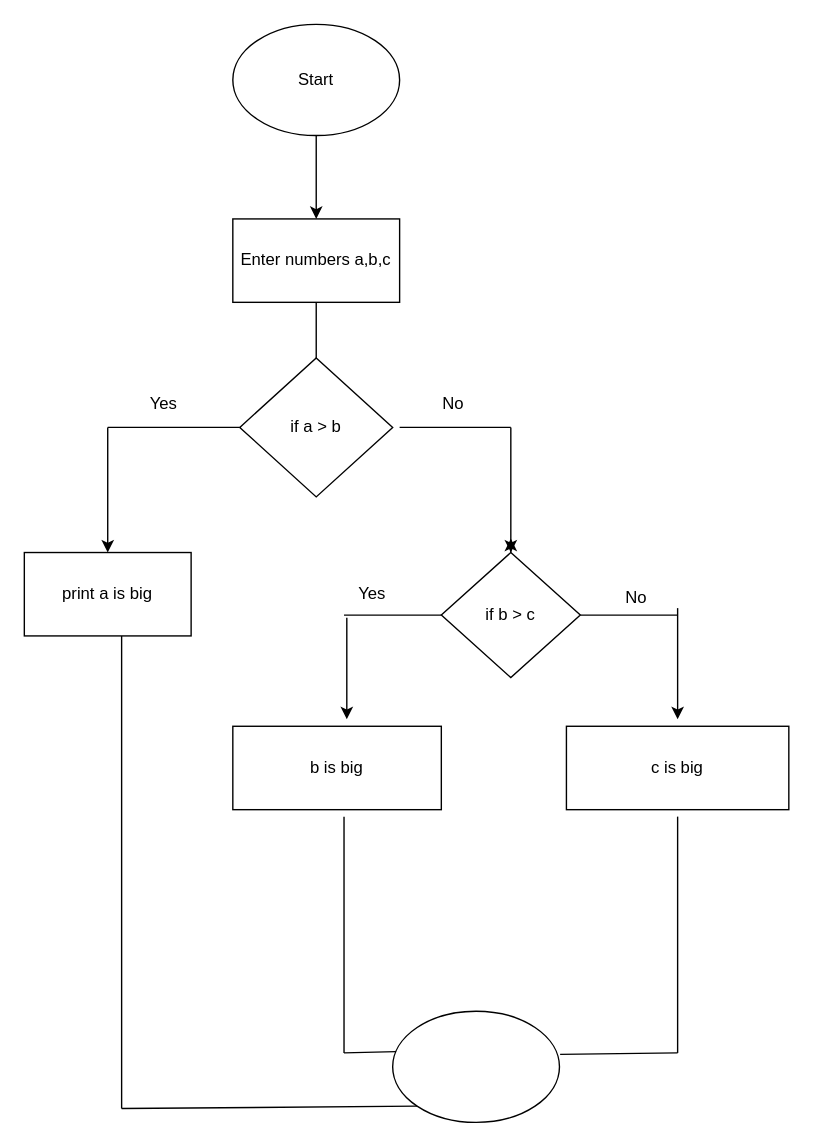
Before: python_flowcharts.drawio in ArslanBashirBhat/Assingments-Python, a draw.io diagram. Source tidied: cells renumbered, new cells numbered last; positions are measured from the earlier drawing's top-left corner, leaving out a move shared by most shapes. Both pictures are drawn from the tidied source at 139%, with x=0, y=0 at pixel (24, 24).
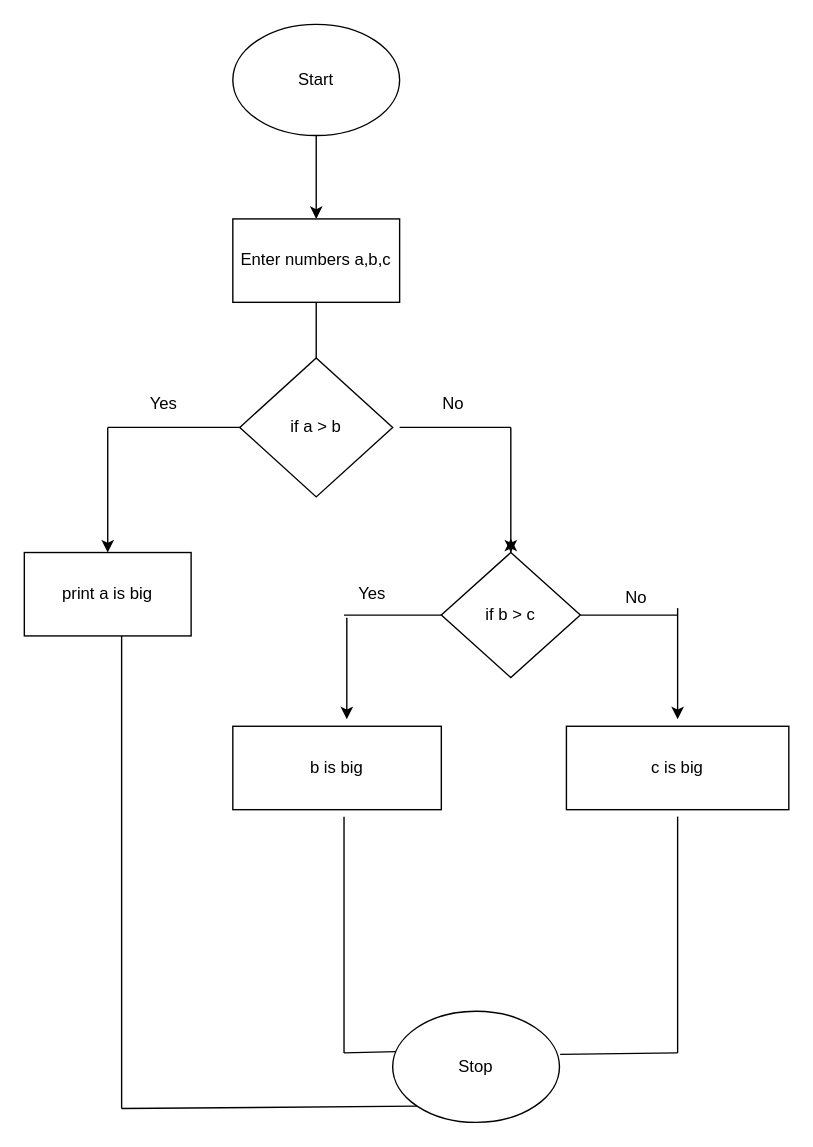
The same page after the edit.

Change to the diagram source:
```diff
@@
-    <mxCell id="27" style="ellipse;whiteSpace=wrap;html=1;" parent="1" vertex="1">
+    <mxCell id="27" value="Stop" style="ellipse;whiteSpace=wrap;html=1;" parent="1" vertex="1">
       <mxGeometry x="265" y="710" width="120" height="80" as="geometry" />
     </mxCell>
```
